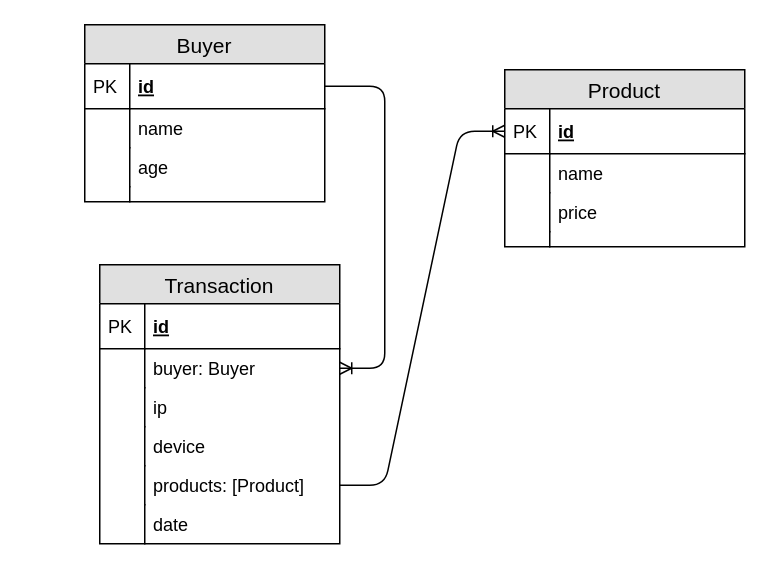
Before: Restaurant-Mng-schema.drawio in JoelD7/Restaurant-Management, a draw.io diagram. Source tidied: cells renumbered, new cells numbered last; positions are measured from the earlier drawing's top-left corner, leaving out a move shared by most shapes. Both pictures are drawn from the tidied source at 150%, with x=0, y=0 at pixel (84, 24).
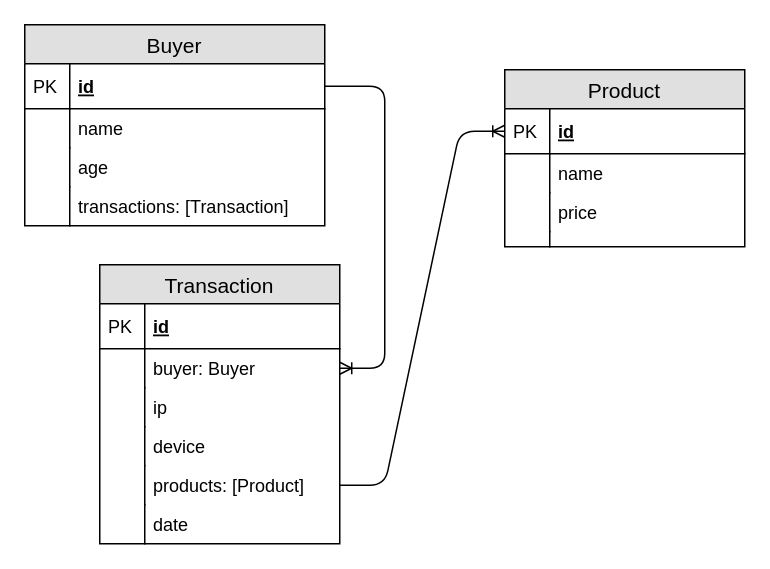
The same page after the edit.

Change to the diagram source:
```diff
@@
     <mxCell id="2" value="Buyer" style="swimlane;fontStyle=0;horizontal=1;startSize=26;fillColor=#e0e0e0;swimlaneFillColor=#ffffff;align=center;fontSize=14;" parent="1" vertex="1">
-      <mxGeometry width="160" height="118" as="geometry" />
+      <mxGeometry x="-40" width="200" height="134" as="geometry" />
     </mxCell>
     <mxCell id="3" value="id" style="shape=partialRectangle;top=0;left=0;right=0;bottom=1;align=left;verticalAlign=middle;fillColor=none;spacingLeft=34;spacingRight=4;overflow=hidden;points=[[0,0.5],[1,0.5]];portConstraint=eastwest;fontStyle=5;fontSize=12;" parent="2" vertex="1">
-      <mxGeometry y="26" width="160" height="30" as="geometry" />
+      <mxGeometry y="26" width="200" height="30" as="geometry" />
     </mxCell>
@@
     <mxCell id="5" value="name" style="shape=partialRectangle;top=0;left=0;right=0;bottom=0;align=left;verticalAlign=top;fillColor=none;spacingLeft=34;spacingRight=4;overflow=hidden;fontSize=12;" parent="2" vertex="1">
-      <mxGeometry y="56" width="160" height="26" as="geometry" />
+      <mxGeometry y="56" width="200" height="26" as="geometry" />
     </mxCell>
@@
     <mxCell id="7" value="age" style="shape=partialRectangle;top=0;left=0;right=0;bottom=0;align=left;verticalAlign=top;fillColor=none;spacingLeft=34;spacingRight=4;overflow=hidden;fontSize=12;" parent="2" vertex="1">
-      <mxGeometry y="82" width="160" height="26" as="geometry" />
+      <mxGeometry y="82" width="200" height="26" as="geometry" />
     </mxCell>
@@
-    <mxCell id="9" style="shape=partialRectangle;top=0;left=0;right=0;bottom=0;align=left;verticalAlign=top;fillColor=none;spacingLeft=34;spacingRight=4;overflow=hidden;fontSize=12;" parent="2" vertex="1">
-      <mxGeometry y="108" width="160" height="10" as="geometry" />
-    </mxCell>
-    <mxCell id="10" style="shape=partialRectangle;top=0;left=0;bottom=0;fillColor=none;align=left;verticalAlign=top;spacingLeft=4;spacingRight=4;overflow=hidden;fontSize=12;" parent="9" vertex="1">
-      <mxGeometry width="30" height="10" as="geometry" />
-    </mxCell>
+    <mxCell id="35" value="transactions: [Transaction]" style="shape=partialRectangle;top=0;left=0;right=0;bottom=0;align=left;verticalAlign=top;fillColor=none;spacingLeft=34;spacingRight=4;overflow=hidden;fontSize=12;" parent="2" vertex="1">
+      <mxGeometry y="108" width="200" height="26" as="geometry" />
+    </mxCell>
+    <mxCell id="36" style="shape=partialRectangle;top=0;left=0;bottom=0;fillColor=none;align=left;verticalAlign=top;spacingLeft=4;spacingRight=4;overflow=hidden;fontSize=12;" parent="35" vertex="1">
+      <mxGeometry width="30" height="26" as="geometry" />
+    </mxCell>
```
